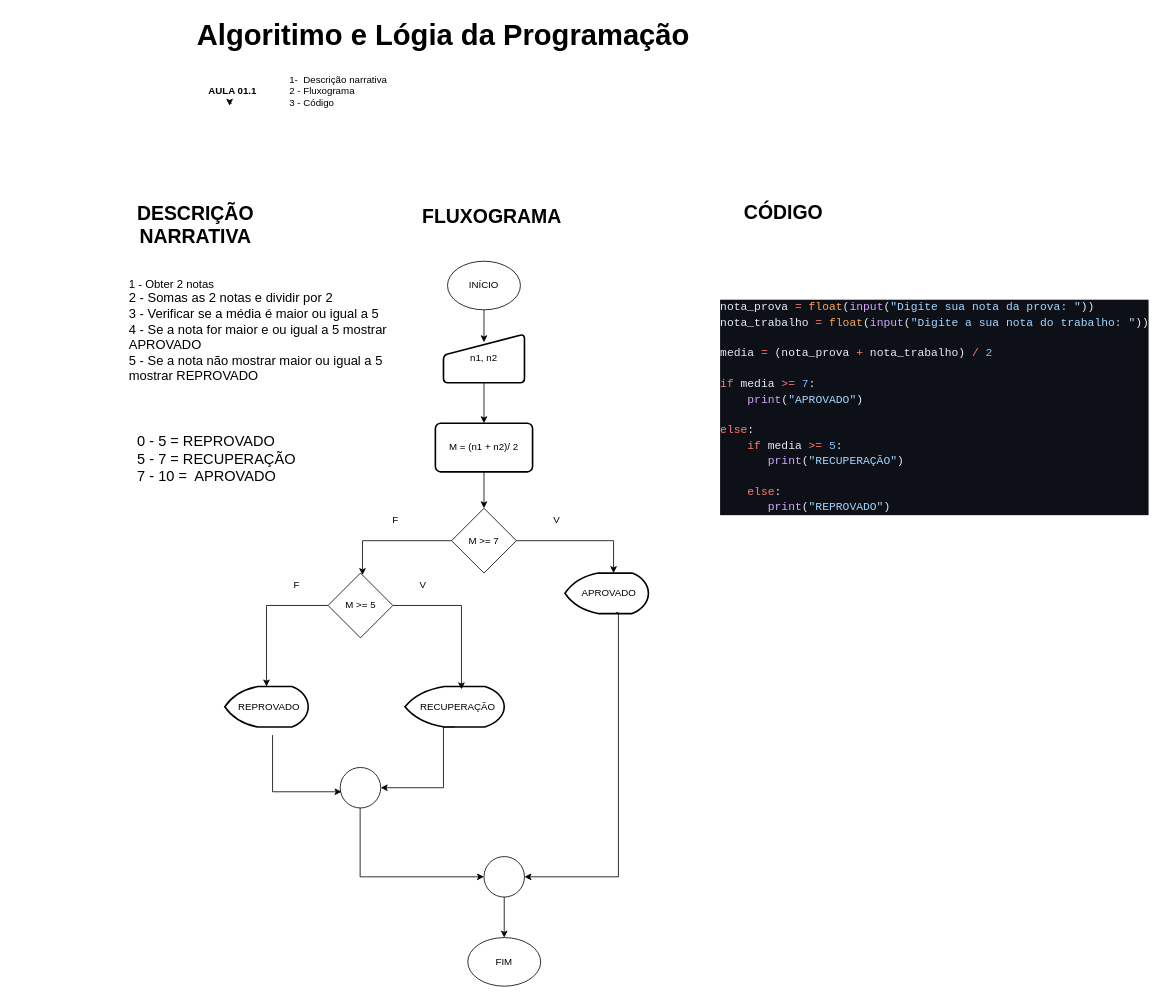
Earlier version of the draw.io diagram aula_01/diagrama_aula_01-2.drawio (ligialopes88/estudos-python). Source tidied: cells renumbered, new cells numbered last; positions are measured from the earlier drawing's top-left corner, leaving out a move shared by most shapes. Both pictures are drawn from the tidied source at 81%, with x=0, y=0 at pixel (118, 14).
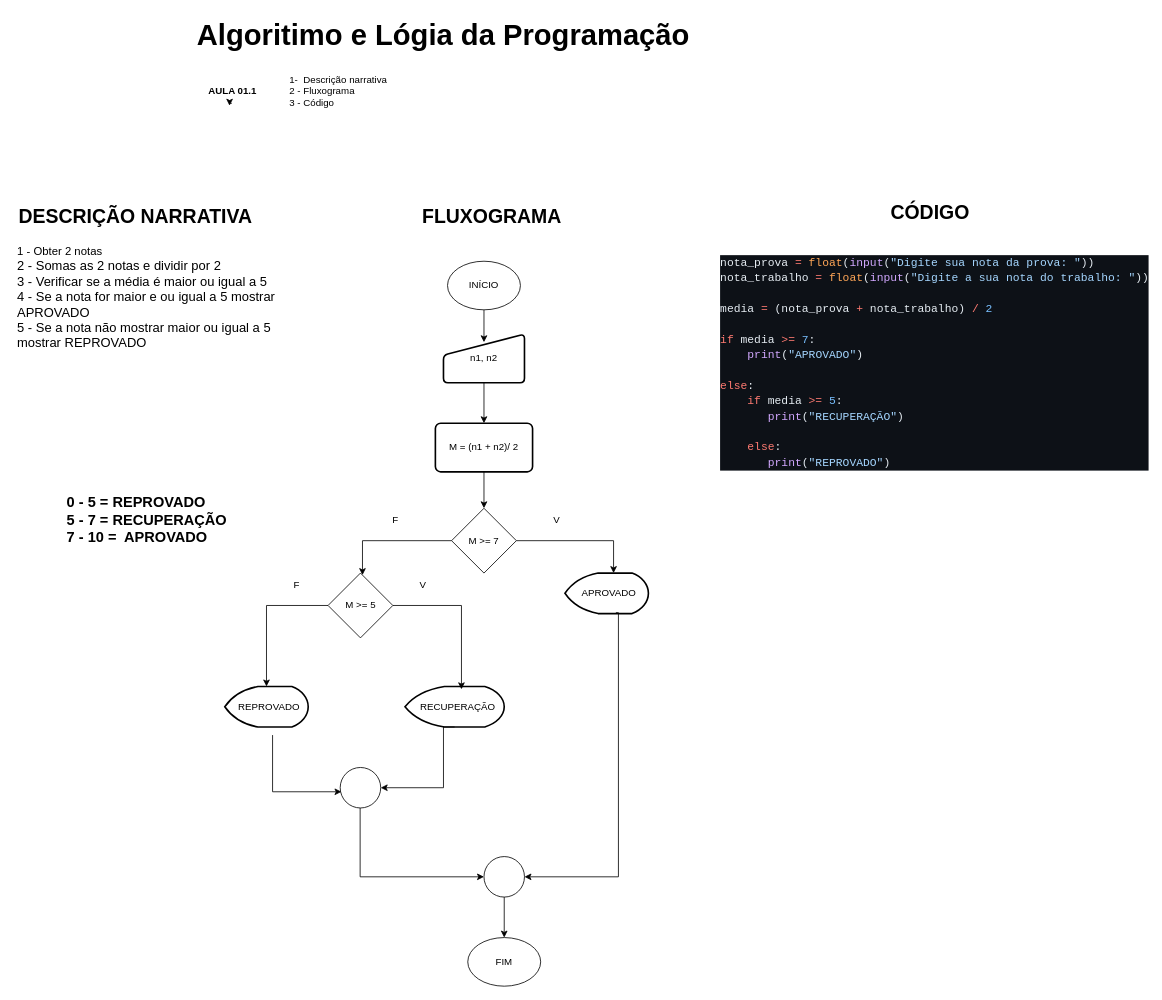
The same page after the edit.

Change to the diagram source:
```diff
@@
     <mxCell id="6" value="&lt;div style=&quot;&quot;&gt;&lt;span style=&quot;background-color: transparent; color: light-dark(rgb(0, 0, 0), rgb(255, 255, 255));&quot;&gt;&lt;font style=&quot;font-size: 14px;&quot;&gt;1 - Obter 2 notas&lt;/font&gt;&lt;/span&gt;&lt;/div&gt;&lt;div style=&quot;&quot;&gt;&lt;font size=&quot;3&quot;&gt;2 - Somas as 2 notas e dividir por 2&lt;/font&gt;&lt;/div&gt;&lt;div style=&quot;&quot;&gt;&lt;font size=&quot;3&quot;&gt;3 - Verificar se a média é maior ou igual a 5&lt;/font&gt;&lt;/div&gt;&lt;div style=&quot;&quot;&gt;&lt;font size=&quot;3&quot;&gt;4 - Se a nota for maior e ou igual a 5 mostrar APROVADO&lt;/font&gt;&lt;/div&gt;&lt;div style=&quot;&quot;&gt;&lt;font size=&quot;3&quot;&gt;5 - Se a nota não mostrar maior ou igual a 5 mostrar REPROVADO&lt;/font&gt;&lt;/div&gt;" style="text;html=1;whiteSpace=wrap;strokeColor=none;fillColor=none;align=left;verticalAlign=middle;rounded=0;" parent="1" vertex="1">
-      <mxGeometry x="11" y="300" width="361" height="180" as="geometry" />
+      <mxGeometry x="-127" y="280" width="361" height="140" as="geometry" />
     </mxCell>
     <mxCell id="7" value="&lt;font style=&quot;font-size: 24px;&quot;&gt;&lt;b&gt;DESCRIÇÃO NARRATIVA&lt;/b&gt;&lt;/font&gt;" style="text;html=1;whiteSpace=wrap;strokeColor=none;fillColor=none;align=center;verticalAlign=middle;rounded=0;" parent="1" vertex="1">
-      <mxGeometry y="245" width="190" height="30" as="geometry" />
+      <mxGeometry x="-129" y="235" width="300" height="30" as="geometry" />
     </mxCell>
@@
     <mxCell id="15" value="&lt;font style=&quot;font-size: 24px;&quot;&gt;&lt;b style=&quot;&quot;&gt;CÓDIGO&lt;/b&gt;&lt;/font&gt;" style="text;html=1;whiteSpace=wrap;strokeColor=none;fillColor=none;align=center;verticalAlign=middle;rounded=0;" parent="1" vertex="1">
-      <mxGeometry x="791" y="230" width="60" height="30" as="geometry" />
+      <mxGeometry x="972" y="230" width="60" height="30" as="geometry" />
     </mxCell>
     <mxCell id="16" value="&lt;div style=&quot;&quot;&gt;&lt;div style=&quot;color: rgb(230, 237, 243); background-color: rgb(13, 17, 23); font-family: Consolas, &amp;quot;Courier New&amp;quot;, monospace; font-size: 14px; line-height: 19px; white-space: pre;&quot;&gt;&lt;div&gt;nota_prova &lt;span style=&quot;color: #ff7b72;&quot;&gt;=&lt;/span&gt; &lt;span style=&quot;color: #ffa657;&quot;&gt;float&lt;/span&gt;(&lt;span style=&quot;color: #d2a8ff;&quot;&gt;input&lt;/span&gt;(&lt;span style=&quot;color: #a5d6ff;&quot;&gt;&quot;Digite sua nota da prova: &quot;&lt;/span&gt;))&lt;/div&gt;&lt;div&gt;nota_trabalho &lt;span style=&quot;color: #ff7b72;&quot;&gt;=&lt;/span&gt; &lt;span style=&quot;color: #ffa657;&quot;&gt;float&lt;/span&gt;(&lt;span style=&quot;color: #d2a8ff;&quot;&gt;input&lt;/span&gt;(&lt;span style=&quot;color: #a5d6ff;&quot;&gt;&quot;Digite a sua nota do trabalho: &quot;&lt;/span&gt;))&lt;/div&gt;&lt;br&gt;&lt;div&gt;media &lt;span style=&quot;color: #ff7b72;&quot;&gt;=&lt;/span&gt; (nota_prova &lt;span style=&quot;color: #ff7b72;&quot;&gt;+&lt;/span&gt; nota_trabalho) &lt;span style=&quot;color: #ff7b72;&quot;&gt;/&lt;/span&gt; &lt;span style=&quot;color: #79c0ff;&quot;&gt;2&lt;/span&gt;&lt;/div&gt;&lt;br&gt;&lt;div&gt;&lt;span style=&quot;color: #ff7b72;&quot;&gt;if&lt;/span&gt; media &lt;span style=&quot;color: #ff7b72;&quot;&gt;&amp;gt;=&lt;/span&gt; &lt;span style=&quot;color: #79c0ff;&quot;&gt;7&lt;/span&gt;:&lt;/div&gt;&lt;div&gt;&amp;nbsp; &amp;nbsp; &lt;span style=&quot;color: #d2a8ff;&quot;&gt;print&lt;/span&gt;(&lt;span style=&quot;color: #a5d6ff;&quot;&gt;&quot;APROVADO&quot;&lt;/span&gt;)&lt;/div&gt;&lt;br&gt;&lt;div&gt;&lt;span style=&quot;color: #ff7b72;&quot;&gt;else&lt;/span&gt;:&lt;/div&gt;&lt;div&gt;&amp;nbsp; &amp;nbsp; &lt;span style=&quot;color: #ff7b72;&quot;&gt;if&lt;/span&gt; media &lt;span style=&quot;color: #ff7b72;&quot;&gt;&amp;gt;=&lt;/span&gt; &lt;span style=&quot;color: #79c0ff;&quot;&gt;5&lt;/span&gt;:&lt;/div&gt;&lt;div&gt;&amp;nbsp; &amp;nbsp; &amp;nbsp; &amp;nbsp;&lt;span style=&quot;color: #d2a8ff;&quot;&gt;print&lt;/span&gt;(&lt;span style=&quot;color: #a5d6ff;&quot;&gt;&quot;RECUPERAÇÃO&quot;&lt;/span&gt;)&lt;/div&gt;&lt;div&gt;&amp;nbsp; &amp;nbsp; &lt;/div&gt;&lt;div&gt;&amp;nbsp; &amp;nbsp; &lt;span style=&quot;color: #ff7b72;&quot;&gt;else&lt;/span&gt;:&lt;/div&gt;&lt;div&gt;&amp;nbsp; &amp;nbsp; &amp;nbsp; &amp;nbsp;&lt;span style=&quot;color: #d2a8ff;&quot;&gt;print&lt;/span&gt;(&lt;span style=&quot;color: #a5d6ff;&quot;&gt;&quot;REPROVADO&quot;&lt;/span&gt;)&lt;/div&gt;&lt;/div&gt;&lt;/div&gt;" style="text;html=1;whiteSpace=wrap;strokeColor=none;fillColor=none;align=left;verticalAlign=middle;rounded=0;" parent="1" vertex="1">
-      <mxGeometry x="741" y="320" width="500" height="330" as="geometry" />
+      <mxGeometry x="741" y="265" width="500" height="330" as="geometry" />
     </mxCell>
@@
-    <mxCell id="28" value="&lt;div style=&quot;text-align: left;&quot;&gt;&lt;span style=&quot;font-size: 18px; background-color: transparent; color: light-dark(rgb(0, 0, 0), rgb(255, 255, 255));&quot;&gt;0 - 5 = REPROVADO&lt;/span&gt;&lt;/div&gt;&lt;div&gt;&lt;font style=&quot;font-size: 18px;&quot;&gt;5 - 7 = RECUPERAÇÃO&lt;/font&gt;&lt;/div&gt;&lt;div style=&quot;text-align: left;&quot;&gt;&lt;font style=&quot;font-size: 18px;&quot;&gt;7 - 10 =&amp;nbsp; APROVADO&lt;/font&gt;&lt;/div&gt;" style="text;html=1;whiteSpace=wrap;strokeColor=none;fillColor=none;align=center;verticalAlign=middle;rounded=0;" parent="1" vertex="1">
-      <mxGeometry x="11" y="490" width="220" height="120" as="geometry" />
+    <mxCell id="28" value="&lt;div style=&quot;text-align: left;&quot;&gt;&lt;span style=&quot;font-size: 18px; background-color: transparent; color: light-dark(rgb(0, 0, 0), rgb(255, 255, 255));&quot;&gt;&lt;b&gt;0 - 5 = REPROVADO&lt;/b&gt;&lt;/span&gt;&lt;/div&gt;&lt;div&gt;&lt;font style=&quot;font-size: 18px;&quot;&gt;&lt;b&gt;5 - 7 = RECUPERAÇÃO&lt;/b&gt;&lt;/font&gt;&lt;/div&gt;&lt;div style=&quot;text-align: left;&quot;&gt;&lt;font style=&quot;font-size: 18px;&quot;&gt;&lt;b&gt;7 - 10 =&amp;nbsp; APROVADO&lt;/b&gt;&lt;/font&gt;&lt;/div&gt;" style="text;html=1;whiteSpace=wrap;strokeColor=none;fillColor=none;align=center;verticalAlign=middle;rounded=0;" parent="1" vertex="1">
+      <mxGeometry x="-75" y="565" width="220" height="120" as="geometry" />
     </mxCell>
```
